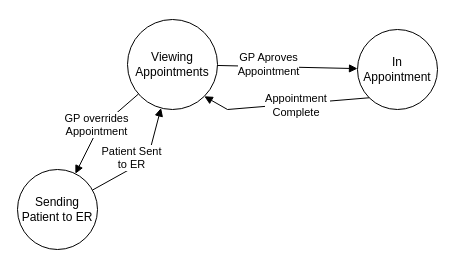
Earlier version of the draw.io diagram OliverWork/Milestone2/GeneralPractitionerStateDiagram.drawio (SENG-350-2024-fall/Team9). Source tidied: cells renumbered, new cells numbered last; positions are measured from the earlier drawing's top-left corner, leaving out a move shared by most shapes. Both pictures are drawn from the tidied source at 100%, with x=0, y=0 at pixel (17, 19).
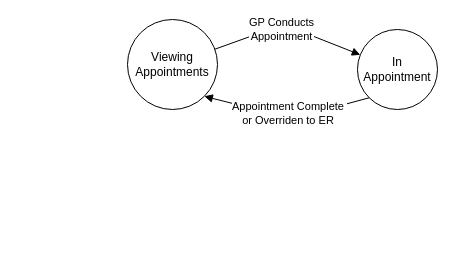
The same diagram, later.

Change to the diagram source:
```diff
@@
-<mxGraphModel>
+<mxGraphModel background="#ffffff">
   <root>
     <mxCell id="0" />
     <mxCell id="1" parent="0" />
     <mxCell id="2" value="Viewing Appointments" style="ellipse;whiteSpace=wrap;html=1;" parent="1" vertex="1">
       <mxGeometry x="110" width="90" height="90" as="geometry" />
     </mxCell>
-    <mxCell id="3" value="Sending Patient to ER" style="ellipse;whiteSpace=wrap;html=1;" parent="1" vertex="1">
-      <mxGeometry y="150" width="80" height="80" as="geometry" />
-    </mxCell>
-    <mxCell id="4" value="GP overrides&lt;div&gt;Appointment&lt;/div&gt;" style="html=1;verticalAlign=bottom;endArrow=block;curved=0;rounded=0;" parent="1" edge="1" source="2" target="3">
-      <mxGeometry x="0.26" y="4" relative="1" as="geometry">
-        <Array as="points">
-          <mxPoint x="80" y="110" />
-        </Array>
-      </mxGeometry>
-    </mxCell>
-    <mxCell id="5" value="Patient Sent&lt;div&gt;to ER&lt;/div&gt;" style="html=1;verticalAlign=bottom;endArrow=block;curved=0;rounded=0;" parent="1" edge="1" source="3" target="2">
-      <mxGeometry x="-0.28" y="-4" relative="1" as="geometry">
-        <Array as="points">
-          <mxPoint x="130" y="140" />
-        </Array>
-      </mxGeometry>
-    </mxCell>
     <mxCell id="6" style="html=1;verticalAlign=bottom;endArrow=block;curved=0;rounded=0;" parent="1" edge="1" source="2" target="8">
-      <mxGeometry x="-0.29" y="7" relative="1" as="geometry" />
+      <mxGeometry x="-0.29" y="7" relative="1" as="geometry">
+        <Array as="points">
+          <mxPoint x="266" y="5" />
+        </Array>
+      </mxGeometry>
     </mxCell>
-    <mxCell id="7" value="GP Aproves&lt;div&gt;Appointment&lt;/div&gt;" style="edgeLabel;html=1;align=center;verticalAlign=middle;" parent="6" vertex="1">
+    <mxCell id="7" value="GP Conducts&lt;div&gt;Appointment&lt;/div&gt;" style="edgeLabel;html=1;align=center;verticalAlign=middle;" parent="6" vertex="1">
       <mxGeometry x="-0.43" y="2" relative="1" as="geometry">
-        <mxPoint x="10" as="offset" />
+        <mxPoint x="25" y="-3" as="offset" />
       </mxGeometry>
     </mxCell>
     <mxCell id="8" value="In Appointment" style="ellipse;whiteSpace=wrap;html=1;" parent="1" vertex="1">
       <mxGeometry x="340" y="10" width="80" height="80" as="geometry" />
     </mxCell>
     <mxCell id="9" style="html=1;verticalAlign=bottom;endArrow=block;curved=0;rounded=0;entryX=1;entryY=1;entryDx=0;entryDy=0;exitX=0;exitY=1;exitDx=0;exitDy=0;" parent="1" edge="1" source="8" target="2">
       <mxGeometry x="0.21" y="-9" relative="1" as="geometry">
         <Array as="points">
-          <mxPoint x="210" y="90" />
+          <mxPoint x="275" y="99" />
         </Array>
       </mxGeometry>
     </mxCell>
-    <mxCell id="10" value="Appointment&amp;nbsp;&lt;div&gt;Complete&amp;nbsp;&lt;/div&gt;" style="edgeLabel;html=1;align=center;verticalAlign=middle;" parent="9" vertex="1">
+    <mxCell id="10" value="Appointment Complete&amp;nbsp;&lt;div&gt;or Overriden to ER&amp;nbsp;&lt;/div&gt;" style="edgeLabel;html=1;align=center;verticalAlign=middle;" parent="9" vertex="1">
       <mxGeometry x="0.07" y="1" relative="1" as="geometry">
-        <mxPoint x="17" y="-1" as="offset" />
+        <mxPoint x="8" y="-4" as="offset" />
       </mxGeometry>
     </mxCell>
   </root>
 </mxGraphModel>
```
